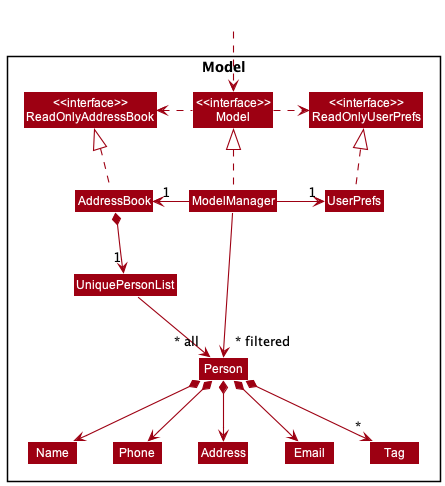
The PlantUML diagram docs/images/ModelClassDiagram.png in nus-cs2103-AY2223S1/tp, before a commit. Its diagram source:
```plantuml
@startuml
!include style.puml
skinparam arrowThickness 1.1
skinparam arrowColor MODEL_COLOR
skinparam classBackgroundColor MODEL_COLOR

Package Model <<Rectangle>>{
Class "<<interface>>\nReadOnlyAddressBook" as ReadOnlyAddressBook
Class "<<interface>>\nReadOnlyUserPrefs" as ReadOnlyUserPrefs
Class "<<interface>>\nModel" as Model
Class AddressBook
Class ModelManager
Class UserPrefs

Class UniquePersonList
Class Person
Class Address
Class Email
Class Name
Class Phone
Class Tag

}

Class HiddenOutside #FFFFFF
HiddenOutside ..> Model

AddressBook .up.|> ReadOnlyAddressBook

ModelManager .up.|> Model
Model .right.> ReadOnlyUserPrefs
Model .left.> ReadOnlyAddressBook
ModelManager -left-> "1" AddressBook
ModelManager -right-> "1" UserPrefs
UserPrefs .up.|> ReadOnlyUserPrefs

AddressBook *--> "1" UniquePersonList
UniquePersonList --> "~* all" Person
Person *--> Name
Person *--> Phone
Person *--> Email
Person *--> Address
Person *--> "*" Tag

Name -[hidden]right-> Phone
Phone -[hidden]right-> Address
Address -[hidden]right-> Email

ModelManager -->"~* filtered" Person
@enduml
```
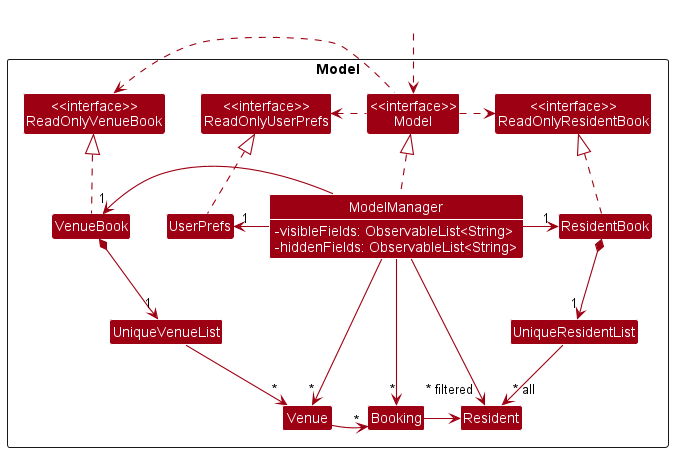
Above is the later version.

Change to the diagram source:
```diff
@@ -3,48 +3,54 @@
 skinparam arrowThickness 1.1
 skinparam arrowColor MODEL_COLOR
 skinparam classBackgroundColor MODEL_COLOR
+skinparam classAttributeIconSize 0
 
 Package Model <<Rectangle>>{
-Class "<<interface>>\nReadOnlyAddressBook" as ReadOnlyAddressBook
+Class "<<interface>>\nReadOnlyResidentBook" as ReadOnlyResidentBook
+Class "<<interface>>\nReadOnlyVenueBook" as ReadOnlyVenueBook
 Class "<<interface>>\nReadOnlyUserPrefs" as ReadOnlyUserPrefs
 Class "<<interface>>\nModel" as Model
-Class AddressBook
-Class ModelManager
+Class ResidentBook
+Class ModelManager {
+- visibleFields: ObservableList<String>
+- hiddenFields: ObservableList<String>
+}
 Class UserPrefs
-
-Class UniquePersonList
-Class Person
-Class Address
-Class Email
-Class Name
-Class Phone
-Class Tag
-
+Class UniqueResidentList
+Class VenueBook
+Class Booking
+Class Venue
+Class Resident
+Class UniqueVenueList
 }
 
 Class HiddenOutside #FFFFFF
 HiddenOutside ..> Model
 
-AddressBook .up.|> ReadOnlyAddressBook
-
+VenueBook .up.|> ReadOnlyVenueBook
+ResidentBook .up.|> ReadOnlyResidentBook
 ModelManager .up.|> Model
-Model .right.> ReadOnlyUserPrefs
-Model .left.> ReadOnlyAddressBook
-ModelManager -left-> "1" AddressBook
-ModelManager -right-> "1" UserPrefs
 UserPrefs .up.|> ReadOnlyUserPrefs
 
-AddressBook *--> "1" UniquePersonList
-UniquePersonList --> "~* all" Person
-Person *--> Name
-Person *--> Phone
-Person *--> Email
-Person *--> Address
-Person *--> "*" Tag
+Model .left.> ReadOnlyUserPrefs
+Model .right.> ReadOnlyResidentBook
+Model .left.> ReadOnlyVenueBook
+ModelManager -right-> "1" ResidentBook
+ModelManager -left-> "1" UserPrefs
+ModelManager --> "~*" Venue
+ModelManager --> "~*" Booking
+ModelManager --> " 1" VenueBook
 
-Name -[hidden]right-> Phone
-Phone -[hidden]right-> Address
-Address -[hidden]right-> Email
+ResidentBook *--> "1" UniqueResidentList
+UniqueResidentList --> "~* all" Resident
+ModelManager --> "~* filtered" Resident
+VenueBook *--> "1" UniqueVenueList
+UniqueVenueList --> "~*" Venue
+Venue --> "~*" Booking
 
-ModelManager -->"~* filtered" Person
+VenueBook -[hidden]right-> UserPrefs
+VenueBook -[hidden]right-> ModelManager
+Venue -[hidden]right-> Booking
+Booking -right-> Resident
+
 @enduml
```
